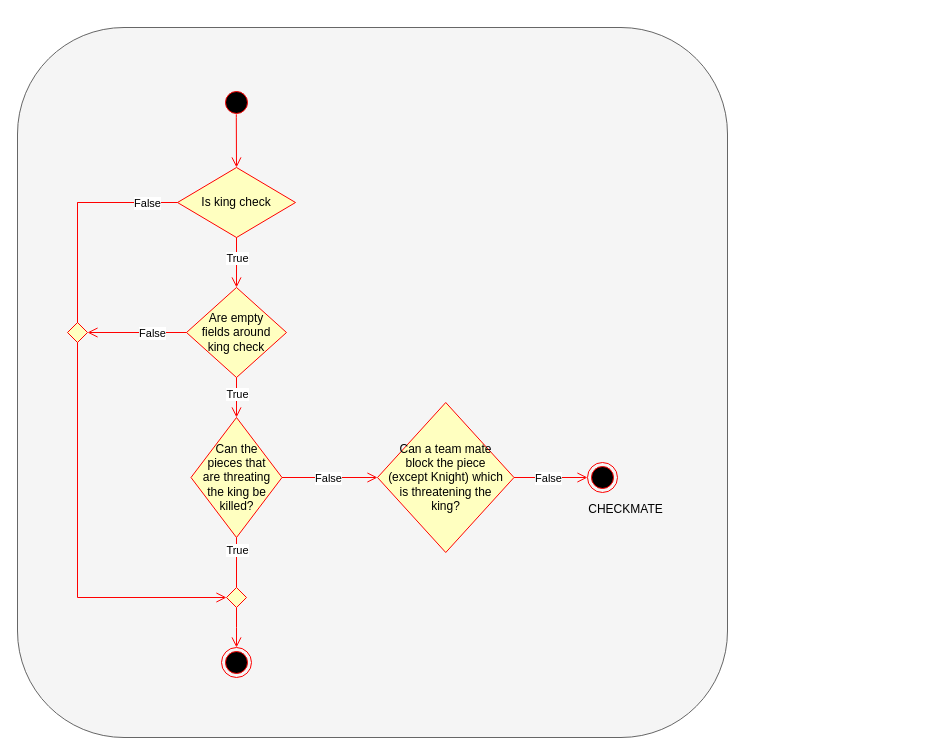
Before: uml/checkmate_activity_diagram.drawio in Chesslix/JavaChess, a draw.io diagram. Source tidied: cells renumbered, new cells numbered last; positions are measured from the earlier drawing's top-left corner, leaving out a move shared by most shapes. Both pictures are drawn from the tidied source at 100%, with x=0, y=0 at pixel (17, 27).
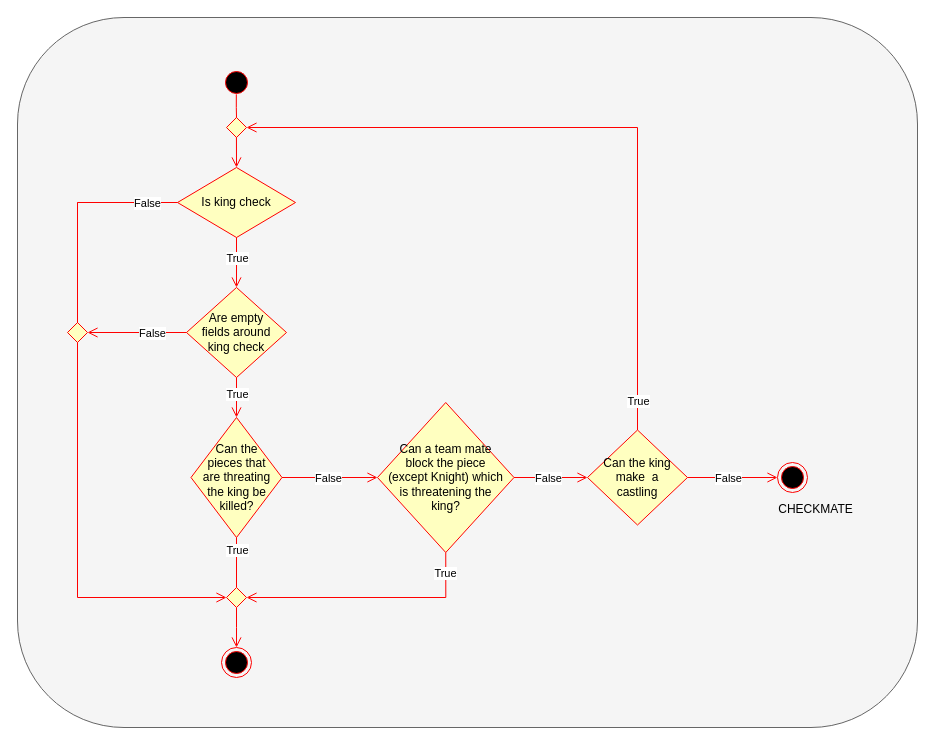
After the change.

Unchanged cells that the change refers to:
```xml
<mxCell id="5" value="Is king check" style="rhombus;whiteSpace=wrap;html=1;fillColor=#ffffc0;strokeColor=#ff0000;" parent="1" vertex="1">
  <mxGeometry x="160" y="140" width="118" height="70" as="geometry" />
</mxCell>
<mxCell id="13" value="&lt;p style=&quot;font-size: 12px ; padding: 10px&quot;&gt;Can a team mate block the piece (except Knight) which is threatening the king?&lt;/p&gt;" style="rhombus;whiteSpace=wrap;html=1;fillColor=#ffffc0;strokeColor=#ff0000;" parent="1" vertex="1">
  <mxGeometry x="360" y="375" width="136.5" height="150" as="geometry" />
</mxCell>
<mxCell id="25" value="&lt;p style=&quot;font-size: 12px ; padding: 10px&quot;&gt;&lt;br&gt;&lt;/p&gt;" style="rhombus;whiteSpace=wrap;html=1;fillColor=#ffffc0;strokeColor=#ff0000;" parent="1" vertex="1">
  <mxGeometry x="209" y="560" width="20" height="20" as="geometry" />
</mxCell>
```

Diff of the diagram source:
```diff
@@
     <mxCell id="2" style="rounded=1;whiteSpace=wrap;html=1;fontSize=12;fillColor=#f5f5f5;strokeColor=#666666;fontColor=#333333;" parent="1" vertex="1">
-      <mxGeometry width="710" height="710" as="geometry" />
+      <mxGeometry y="-10" width="900" height="710" as="geometry" />
     </mxCell>
     <mxCell id="3" style="ellipse;html=1;shape=startState;fillColor=#000000;strokeColor=#ff0000;" parent="1" vertex="1">
-      <mxGeometry x="204" y="60" width="30" height="30" as="geometry" />
+      <mxGeometry x="204" y="40" width="30" height="30" as="geometry" />
     </mxCell>
-    <mxCell id="4" style="edgeStyle=orthogonalEdgeStyle;html=1;verticalAlign=bottom;endArrow=open;endSize=8;strokeColor=#ff0000;rounded=0;entryX=0.5;entryY=0;entryDx=0;entryDy=0;exitX=0.494;exitY=0.894;exitDx=0;exitDy=0;exitPerimeter=0;" parent="1" edge="1" source="3" target="5">
+    <mxCell id="4" style="edgeStyle=orthogonalEdgeStyle;html=1;verticalAlign=bottom;endArrow=open;endSize=8;strokeColor=#ff0000;rounded=0;entryX=0.5;entryY=0;entryDx=0;entryDy=0;exitX=0.494;exitY=0.894;exitDx=0;exitDy=0;exitPerimeter=0;startArrow=none;" parent="1" edge="1" source="32" target="5">
       <mxGeometry relative="1" as="geometry">
         <Array as="points">
           <mxPoint x="219" y="90" />
         </Array>
       </mxGeometry>
     </mxCell>
@@
-    <mxCell id="19" style="edgeStyle=orthogonalEdgeStyle;html=1;align=left;verticalAlign=bottom;endArrow=open;endSize=8;strokeColor=#ff0000;rounded=0;exitX=1;exitY=0.5;exitDx=0;exitDy=0;" parent="1" edge="1" source="13">
-      <mxGeometry x="-1" relative="1" as="geometry">
-        <mxPoint x="570" y="450" as="targetPoint" />
-      </mxGeometry>
+    <mxCell id="19" style="edgeStyle=orthogonalEdgeStyle;html=1;align=left;verticalAlign=bottom;endArrow=open;endSize=8;strokeColor=#ff0000;rounded=0;exitX=1;exitY=0.5;exitDx=0;exitDy=0;entryX=0;entryY=0.5;entryDx=0;entryDy=0;" parent="1" edge="1" source="13" target="31">
+      <mxGeometry x="-1" relative="1" as="geometry" />
     </mxCell>
@@
     <mxCell id="28" value="CHECKMATE" style="ellipse;html=1;shape=endState;fillColor=#000000;strokeColor=#ff0000;fontSize=12;movableLabel=1;" parent="1" vertex="1">
-      <mxGeometry x="570" y="435" width="30" height="30" as="geometry">
+      <mxGeometry x="760" y="435" width="30" height="30" as="geometry">
         <mxPoint x="23" y="32" as="offset" />
       </mxGeometry>
     </mxCell>
+    <mxCell id="29" style="edgeStyle=orthogonalEdgeStyle;html=1;align=left;verticalAlign=bottom;endArrow=open;endSize=8;strokeColor=#ff0000;rounded=0;exitX=0.5;exitY=1;exitDx=0;exitDy=0;entryX=1;entryY=0.5;entryDx=0;entryDy=0;" parent="1" edge="1" source="13" target="25">
+      <mxGeometry x="-1" relative="1" as="geometry" />
+    </mxCell>
+    <mxCell id="30" value="True" style="edgeLabel;html=1;align=center;verticalAlign=middle;" parent="29" vertex="1">
+      <mxGeometry x="-0.25" y="1" relative="1" as="geometry">
+        <mxPoint x="46" y="-26" as="offset" />
+      </mxGeometry>
+    </mxCell>
+    <mxCell id="31" value="&lt;p style=&quot;font-size: 12px ; padding: 10px&quot;&gt;Can the king make&amp;nbsp; a castling&lt;/p&gt;" style="rhombus;whiteSpace=wrap;html=1;fillColor=#ffffc0;strokeColor=#ff0000;" parent="1" vertex="1">
+      <mxGeometry x="570" y="402.5" width="100" height="95" as="geometry" />
+    </mxCell>
+    <mxCell id="32" value="&lt;p style=&quot;font-size: 12px ; padding: 10px&quot;&gt;&lt;br&gt;&lt;/p&gt;" style="rhombus;whiteSpace=wrap;html=1;fillColor=#ffffc0;strokeColor=#ff0000;" parent="1" vertex="1">
+      <mxGeometry x="209" y="90" width="20" height="20" as="geometry" />
+    </mxCell>
+    <mxCell id="33" style="edgeStyle=orthogonalEdgeStyle;html=1;verticalAlign=bottom;endArrow=none;endSize=8;strokeColor=#ff0000;rounded=0;entryX=0.5;entryY=0;entryDx=0;entryDy=0;exitX=0.494;exitY=0.894;exitDx=0;exitDy=0;exitPerimeter=0;" parent="1" edge="1" source="3" target="32">
+      <mxGeometry relative="1" as="geometry" />
+    </mxCell>
+    <mxCell id="34" style="edgeStyle=orthogonalEdgeStyle;html=1;align=left;verticalAlign=bottom;endArrow=open;endSize=8;strokeColor=#ff0000;rounded=0;exitX=0.5;exitY=0;exitDx=0;exitDy=0;entryX=1;entryY=0.5;entryDx=0;entryDy=0;" parent="1" edge="1" source="31" target="32">
+      <mxGeometry x="-1" relative="1" as="geometry" />
+    </mxCell>
+    <mxCell id="35" value="True" style="edgeLabel;html=1;align=center;verticalAlign=middle;" parent="34" vertex="1">
+      <mxGeometry x="-0.25" y="1" relative="1" as="geometry">
+        <mxPoint x="1" y="231" as="offset" />
+      </mxGeometry>
+    </mxCell>
+    <mxCell id="36" style="edgeStyle=orthogonalEdgeStyle;html=1;align=left;verticalAlign=bottom;endArrow=open;endSize=8;strokeColor=#ff0000;rounded=0;exitX=1;exitY=0.5;exitDx=0;exitDy=0;entryX=0;entryY=0.5;entryDx=0;entryDy=0;" parent="1" edge="1" source="31" target="28">
+      <mxGeometry x="-1" relative="1" as="geometry" />
+    </mxCell>
+    <mxCell id="37" value="False" style="edgeLabel;html=1;align=center;verticalAlign=middle;" parent="36" vertex="1">
+      <mxGeometry x="-0.25" y="1" relative="1" as="geometry">
+        <mxPoint x="6" y="1" as="offset" />
+      </mxGeometry>
+    </mxCell>
```
